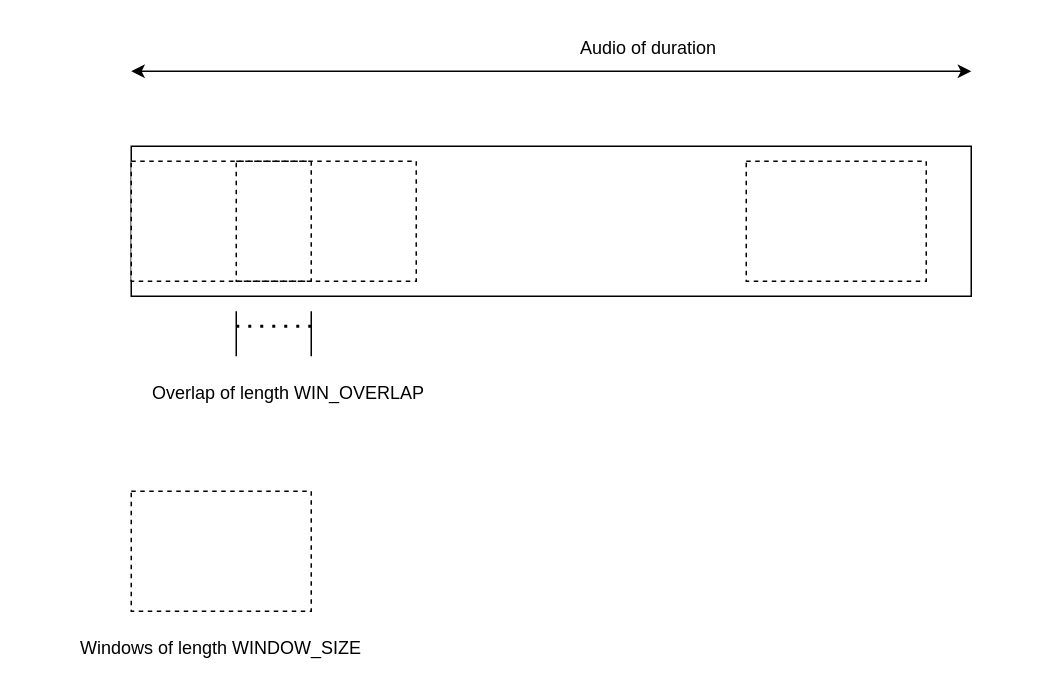
amarsanadi/scratch keeps this draw.io diagram as diagrams/Untitled Diagram.drawio. Above is the earlier version. Source tidied: cells renumbered, new cells numbered last; positions are measured from the earlier drawing's top-left corner, leaving out a move shared by most shapes. Both pictures are drawn from the tidied source at 150%, with x=0, y=0 at pixel (63, 26).
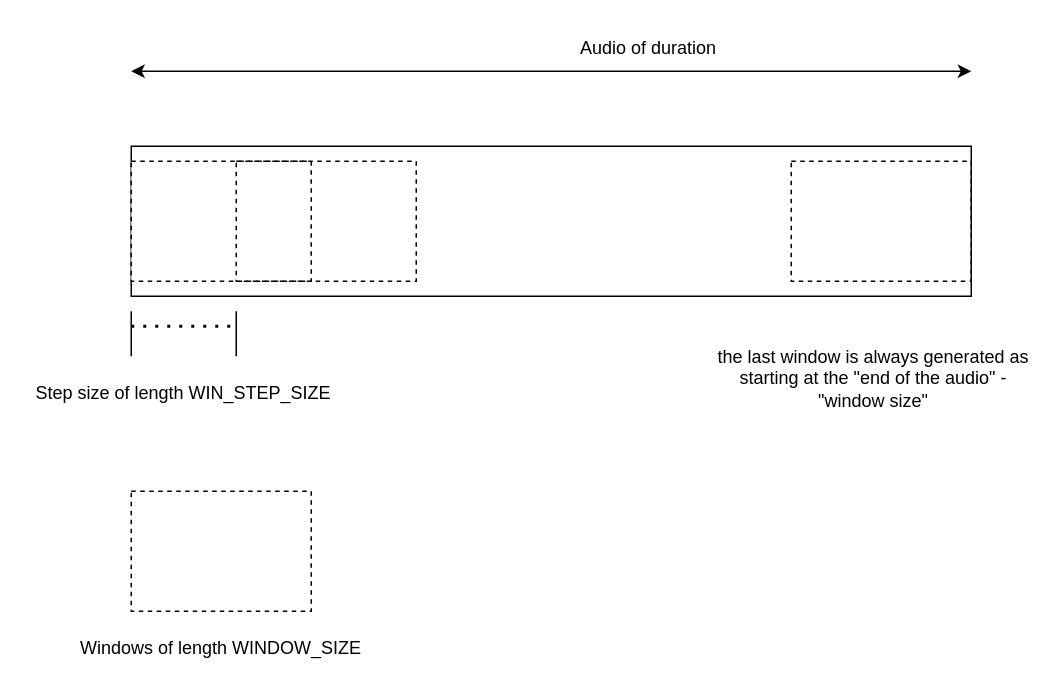
The same page after the edit.

What changed in the source:
```diff
@@
 <mxGraphModel>
   <root>
     <mxCell id="0" />
     <mxCell id="1" parent="0" />
     <mxCell id="2" style="rounded=0;whiteSpace=wrap;html=1;" parent="1" vertex="1">
       <mxGeometry x="45" y="80" width="560" height="100" as="geometry" />
     </mxCell>
     <mxCell id="3" value="Audio of duration" style="text;html=1;align=center;verticalAlign=middle;whiteSpace=wrap;rounded=0;" parent="1" vertex="1">
       <mxGeometry x="285" width="210" height="30" as="geometry" />
     </mxCell>
     <mxCell id="4" style="rounded=0;whiteSpace=wrap;html=1;dashed=1;" parent="1" vertex="1">
       <mxGeometry x="45" y="90" width="120" height="80" as="geometry" />
     </mxCell>
     <mxCell id="5" style="rounded=0;whiteSpace=wrap;html=1;dashed=1;glass=0;fillColor=none;" parent="1" vertex="1">
       <mxGeometry x="115" y="90" width="120" height="80" as="geometry" />
     </mxCell>
     <mxCell id="6" style="rounded=0;whiteSpace=wrap;html=1;dashed=1;glass=0;fillColor=none;" parent="1" vertex="1">
       <mxGeometry x="45" y="310" width="120" height="80" as="geometry" />
     </mxCell>
     <mxCell id="7" value="Windows of length WINDOW_SIZE" style="text;html=1;align=center;verticalAlign=middle;whiteSpace=wrap;rounded=0;" parent="1" vertex="1">
       <mxGeometry y="400" width="210" height="30" as="geometry" />
     </mxCell>
     <mxCell id="8" style="endArrow=none;dashed=1;html=1;dashPattern=1 3;strokeWidth=2;rounded=0;" parent="1" edge="1">
       <mxGeometry relative="1" as="geometry">
-        <mxPoint x="115" y="200" as="sourcePoint" />
-        <mxPoint x="165" y="200" as="targetPoint" />
+        <mxPoint x="45" y="200" as="sourcePoint" />
+        <mxPoint x="115" y="200" as="targetPoint" />
       </mxGeometry>
     </mxCell>
-    <mxCell id="9" value="Overlap of length WIN_OVERLAP" style="text;html=1;align=center;verticalAlign=middle;whiteSpace=wrap;rounded=0;" parent="1" vertex="1">
-      <mxGeometry x="45" y="230" width="210" height="30" as="geometry" />
+    <mxCell id="9" value="Step size of length WIN_STEP_SIZE" style="text;html=1;align=center;verticalAlign=middle;whiteSpace=wrap;rounded=0;" parent="1" vertex="1">
+      <mxGeometry x="-25" y="230" width="210" height="30" as="geometry" />
     </mxCell>
     <mxCell id="10" style="endArrow=none;html=1;rounded=0;" parent="1" edge="1">
       <mxGeometry relative="1" as="geometry">
-        <mxPoint x="115" y="220" as="sourcePoint" />
-        <mxPoint x="115" y="190" as="targetPoint" />
+        <mxPoint x="45" y="220" as="sourcePoint" />
+        <mxPoint x="45" y="190" as="targetPoint" />
       </mxGeometry>
     </mxCell>
     <mxCell id="11" style="endArrow=none;html=1;rounded=0;" parent="1" edge="1">
       <mxGeometry relative="1" as="geometry">
-        <mxPoint x="165" y="220" as="sourcePoint" />
-        <mxPoint x="165" y="190" as="targetPoint" />
+        <mxPoint x="115" y="220" as="sourcePoint" />
+        <mxPoint x="115" y="190" as="targetPoint" />
       </mxGeometry>
     </mxCell>
     <mxCell id="12" style="endArrow=classic;startArrow=classic;html=1;rounded=0;" parent="1" edge="1">
       <mxGeometry relative="1" as="geometry">
         <mxPoint x="45" y="30" as="sourcePoint" />
         <mxPoint x="605" y="30" as="targetPoint" />
       </mxGeometry>
     </mxCell>
     <mxCell id="13" style="rounded=0;whiteSpace=wrap;html=1;dashed=1;glass=0;fillColor=none;" parent="1" vertex="1">
-      <mxGeometry x="455" y="90" width="120" height="80" as="geometry" />
+      <mxGeometry x="485" y="90" width="120" height="80" as="geometry" />
     </mxCell>
+    <mxCell id="14" value="the last window is always generated as starting at the &quot;end of the audio&quot; - &quot;window size&quot;" style="text;html=1;align=center;verticalAlign=middle;whiteSpace=wrap;rounded=0;" parent="1" vertex="1">
+      <mxGeometry x="435" y="220" width="210" height="30" as="geometry" />
+    </mxCell>
   </root>
 </mxGraphModel>
```
